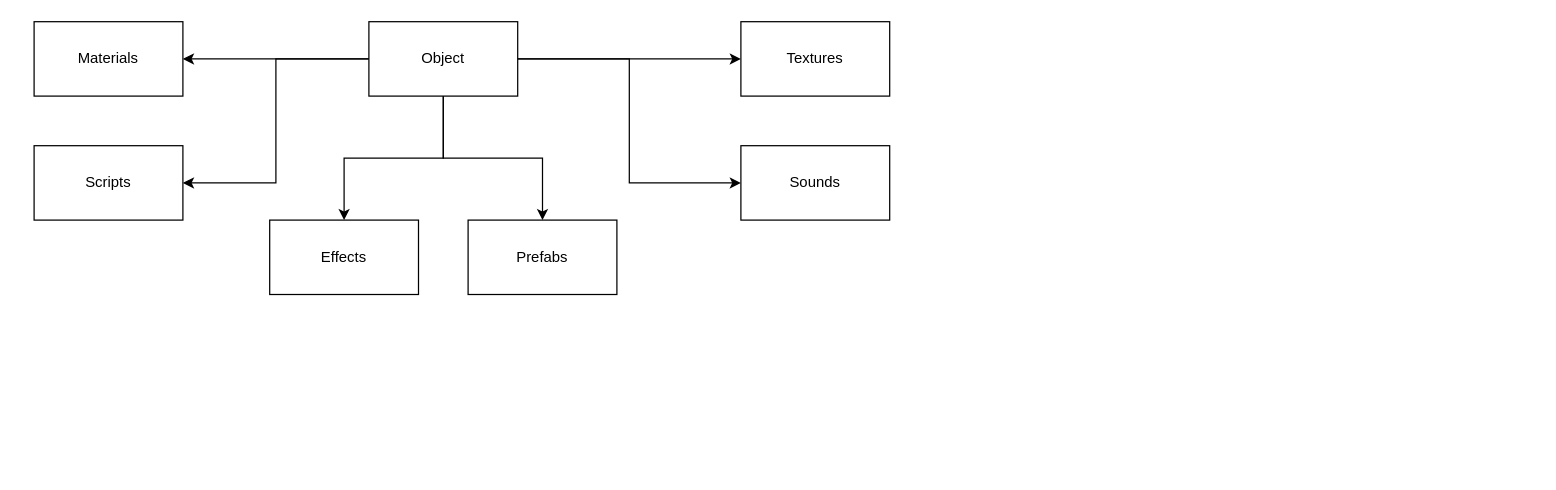
Ryize/Volma keeps this draw.io diagram as page "Организация по типу" (2 of 2) of Иерархия папок проекта.drawio. Above is the earlier version. Source tidied: cells renumbered, new cells numbered last; positions are measured from the earlier drawing's top-left corner, leaving out a move shared by most shapes. Both pictures are drawn from the tidied source at 124%, with x=0, y=0 at pixel (33, 21).
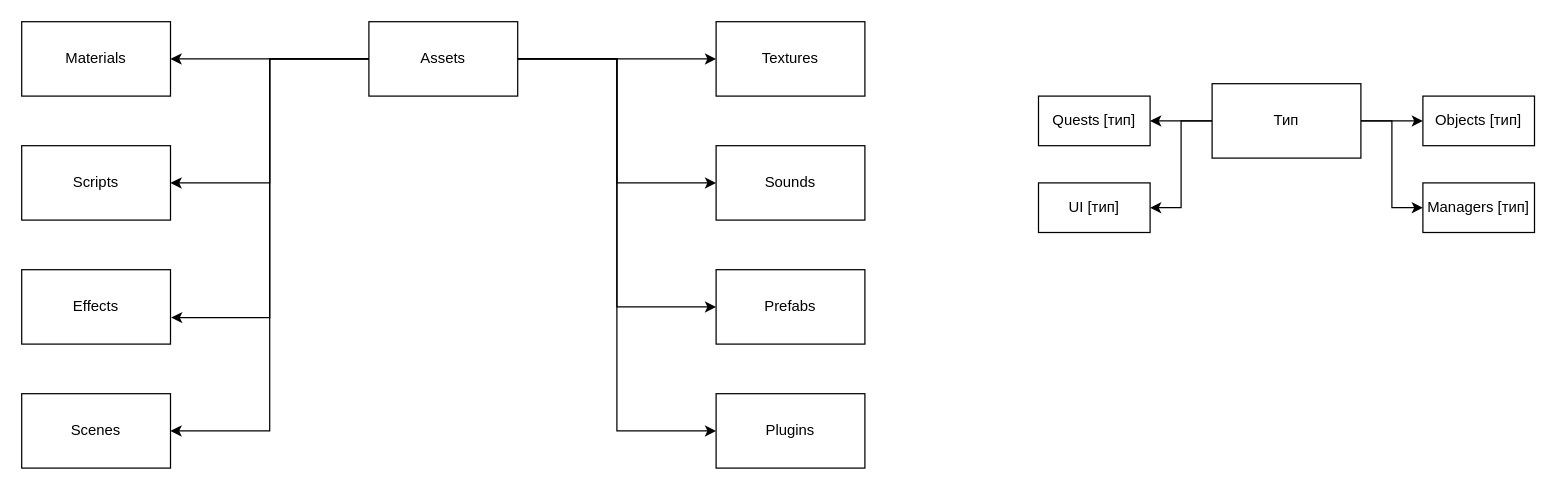
The same diagram, later.

The edit, as a diff of the source:
```diff
@@
-    <mxCell id="6" style="edgeStyle=orthogonalEdgeStyle;rounded=0;jettySize=auto;html=1;entryX=0.5;entryY=0;entryDx=0;entryDy=0;" parent="1" edge="1" source="8" target="14">
-      <mxGeometry relative="1" as="geometry" />
-    </mxCell>
-    <mxCell id="7" style="edgeStyle=orthogonalEdgeStyle;rounded=0;jettySize=auto;html=1;" parent="1" edge="1" source="8" target="9">
+    <mxCell id="7" style="edgeStyle=orthogonalEdgeStyle;rounded=0;jettySize=auto;html=1;entryX=0;entryY=0.5;entryDx=0;entryDy=0;" parent="1" edge="1" source="8" target="9">
       <mxGeometry relative="1" as="geometry" />
     </mxCell>
+    <mxCell id="15" style="edgeStyle=orthogonalEdgeStyle;rounded=0;jettySize=auto;html=1;entryX=1;entryY=0.5;entryDx=0;entryDy=0;" parent="1" edge="1" source="8" target="27">
+      <mxGeometry relative="1" as="geometry" />
+    </mxCell>
+    <mxCell id="16" style="edgeStyle=orthogonalEdgeStyle;rounded=0;jettySize=auto;html=1;entryX=0;entryY=0.5;entryDx=0;entryDy=0;" parent="1" edge="1" source="8" target="17">
+      <mxGeometry relative="1" as="geometry" />
+    </mxCell>
-    <mxCell id="8" value="Object" style="rounded=0;whiteSpace=wrap;html=1;" parent="1" vertex="1">
+    <mxCell id="8" value="Assets" style="rounded=0;whiteSpace=wrap;html=1;" parent="1" vertex="1">
       <mxGeometry x="270" width="120" height="60" as="geometry" />
     </mxCell>
     <mxCell id="9" value="Prefabs" style="rounded=0;whiteSpace=wrap;html=1;" parent="1" vertex="1">
-      <mxGeometry x="350" y="160" width="120" height="60" as="geometry" />
+      <mxGeometry x="550" y="200" width="120" height="60" as="geometry" />
     </mxCell>
     <mxCell id="10" value="Materials" style="rounded=0;whiteSpace=wrap;html=1;" parent="1" vertex="1">
-      <mxGeometry width="120" height="60" as="geometry" />
+      <mxGeometry x="-10" width="120" height="60" as="geometry" />
     </mxCell>
     <mxCell id="11" value="Scripts" style="rounded=0;whiteSpace=wrap;html=1;" parent="1" vertex="1">
-      <mxGeometry y="100" width="120" height="60" as="geometry" />
+      <mxGeometry x="-10" y="100" width="120" height="60" as="geometry" />
     </mxCell>
     <mxCell id="12" value="Textures" style="rounded=0;whiteSpace=wrap;html=1;" parent="1" vertex="1">
-      <mxGeometry x="570" width="120" height="60" as="geometry" />
+      <mxGeometry x="550" width="120" height="60" as="geometry" />
     </mxCell>
     <mxCell id="13" value="Sounds" style="rounded=0;whiteSpace=wrap;html=1;" parent="1" vertex="1">
-      <mxGeometry x="570" y="100" width="120" height="60" as="geometry" />
+      <mxGeometry x="550" y="100" width="120" height="60" as="geometry" />
     </mxCell>
     <mxCell id="14" value="Effects" style="rounded=0;whiteSpace=wrap;html=1;" parent="1" vertex="1">
-      <mxGeometry x="190" y="160" width="120" height="60" as="geometry" />
+      <mxGeometry x="-10" y="200" width="120" height="60" as="geometry" />
     </mxCell>
+    <mxCell id="6" style="edgeStyle=orthogonalEdgeStyle;rounded=0;jettySize=auto;html=1;entryX=1.004;entryY=0.644;entryDx=0;entryDy=0;entryPerimeter=0;" parent="1" edge="1" source="8" target="14">
+      <mxGeometry relative="1" as="geometry" />
+    </mxCell>
+    <mxCell id="17" value="Plugins" style="whiteSpace=wrap;html=1;rounded=0;" parent="1" vertex="1">
+      <mxGeometry x="550" y="300" width="120" height="60" as="geometry" />
+    </mxCell>
+    <mxCell id="18" value="Quests [тип]" style="whiteSpace=wrap;html=1;rounded=0;" parent="1" vertex="1">
+      <mxGeometry x="810" y="60" width="90" height="40" as="geometry" />
+    </mxCell>
+    <mxCell id="19" value="Objects [тип]" style="whiteSpace=wrap;html=1;rounded=0;" parent="1" vertex="1">
+      <mxGeometry x="1120" y="60" width="90" height="40" as="geometry" />
+    </mxCell>
+    <mxCell id="20" value="Managers [тип]" style="whiteSpace=wrap;html=1;rounded=0;" parent="1" vertex="1">
+      <mxGeometry x="1120" y="130" width="90" height="40" as="geometry" />
+    </mxCell>
+    <mxCell id="21" style="edgeStyle=orthogonalEdgeStyle;rounded=0;jettySize=auto;html=1;entryX=1;entryY=0.5;entryDx=0;entryDy=0;" parent="1" edge="1" source="25" target="18">
+      <mxGeometry relative="1" as="geometry" />
+    </mxCell>
+    <mxCell id="22" style="edgeStyle=orthogonalEdgeStyle;rounded=0;jettySize=auto;html=1;entryX=0;entryY=0.5;entryDx=0;entryDy=0;" parent="1" edge="1" source="25" target="19">
+      <mxGeometry relative="1" as="geometry" />
+    </mxCell>
+    <mxCell id="23" style="edgeStyle=orthogonalEdgeStyle;rounded=0;jettySize=auto;html=1;entryX=1;entryY=0.5;entryDx=0;entryDy=0;" parent="1" edge="1" source="25" target="26">
+      <mxGeometry relative="1" as="geometry" />
+    </mxCell>
+    <mxCell id="24" style="edgeStyle=orthogonalEdgeStyle;rounded=0;jettySize=auto;html=1;entryX=0;entryY=0.5;entryDx=0;entryDy=0;" parent="1" edge="1" source="25" target="20">
+      <mxGeometry relative="1" as="geometry" />
+    </mxCell>
+    <mxCell id="25" value="Тип" style="rounded=0;whiteSpace=wrap;html=1;" parent="1" vertex="1">
+      <mxGeometry x="950" y="50" width="120" height="60" as="geometry" />
+    </mxCell>
+    <mxCell id="26" value="UI [тип]" style="whiteSpace=wrap;html=1;rounded=0;" parent="1" vertex="1">
+      <mxGeometry x="810" y="130" width="90" height="40" as="geometry" />
+    </mxCell>
+    <mxCell id="27" value="Scenes" style="whiteSpace=wrap;html=1;rounded=0;" parent="1" vertex="1">
+      <mxGeometry x="-10" y="300" width="120" height="60" as="geometry" />
+    </mxCell>
```
